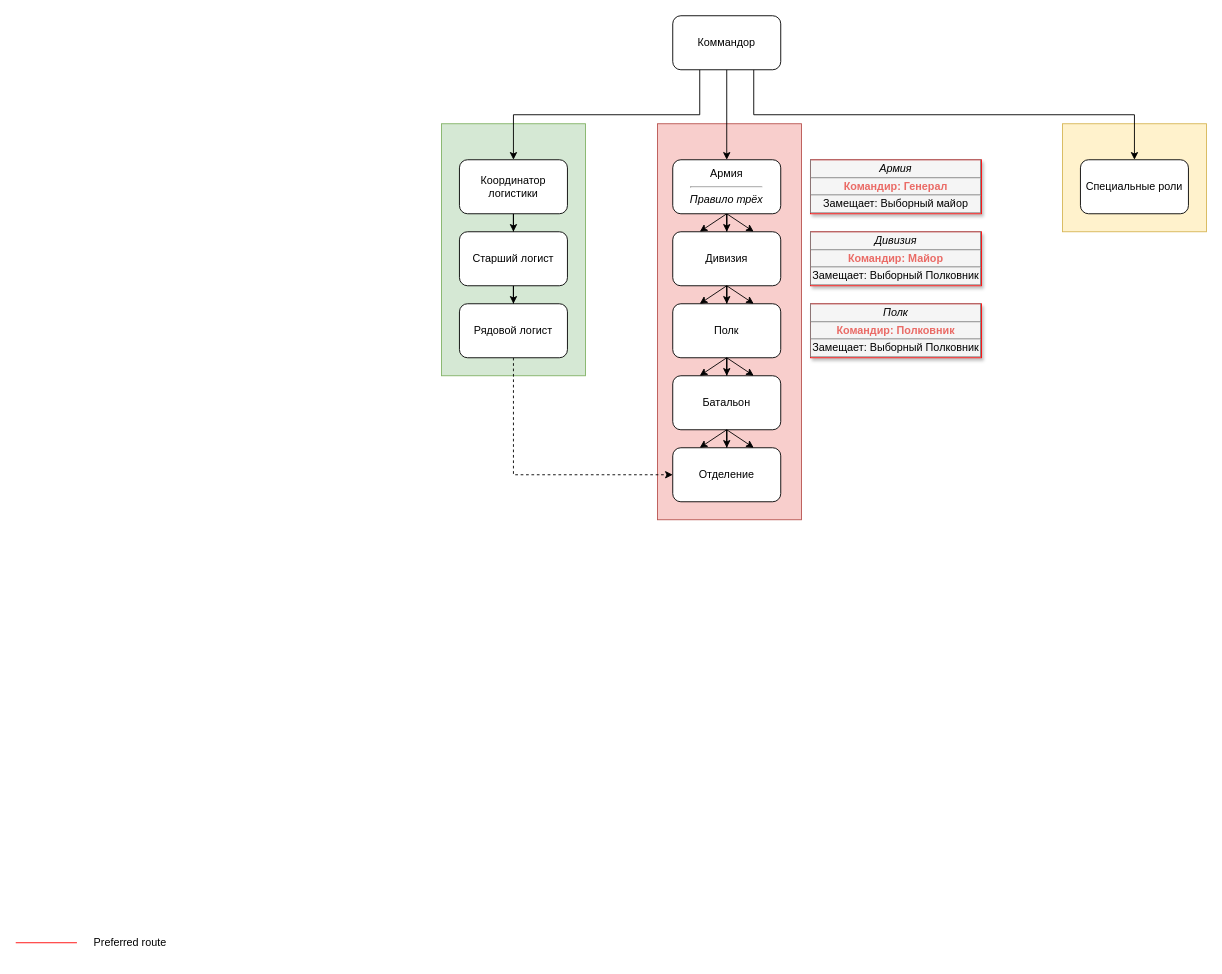
Earlier version of the draw.io diagram Структура.drawio (Kratos1245/other). Source tidied: cells renumbered, new cells numbered last; positions are measured from the earlier drawing's top-left corner, leaving out a move shared by most shapes. Both pictures are drawn from the tidied source at 90%, with x=0, y=0 at pixel (15, 15).
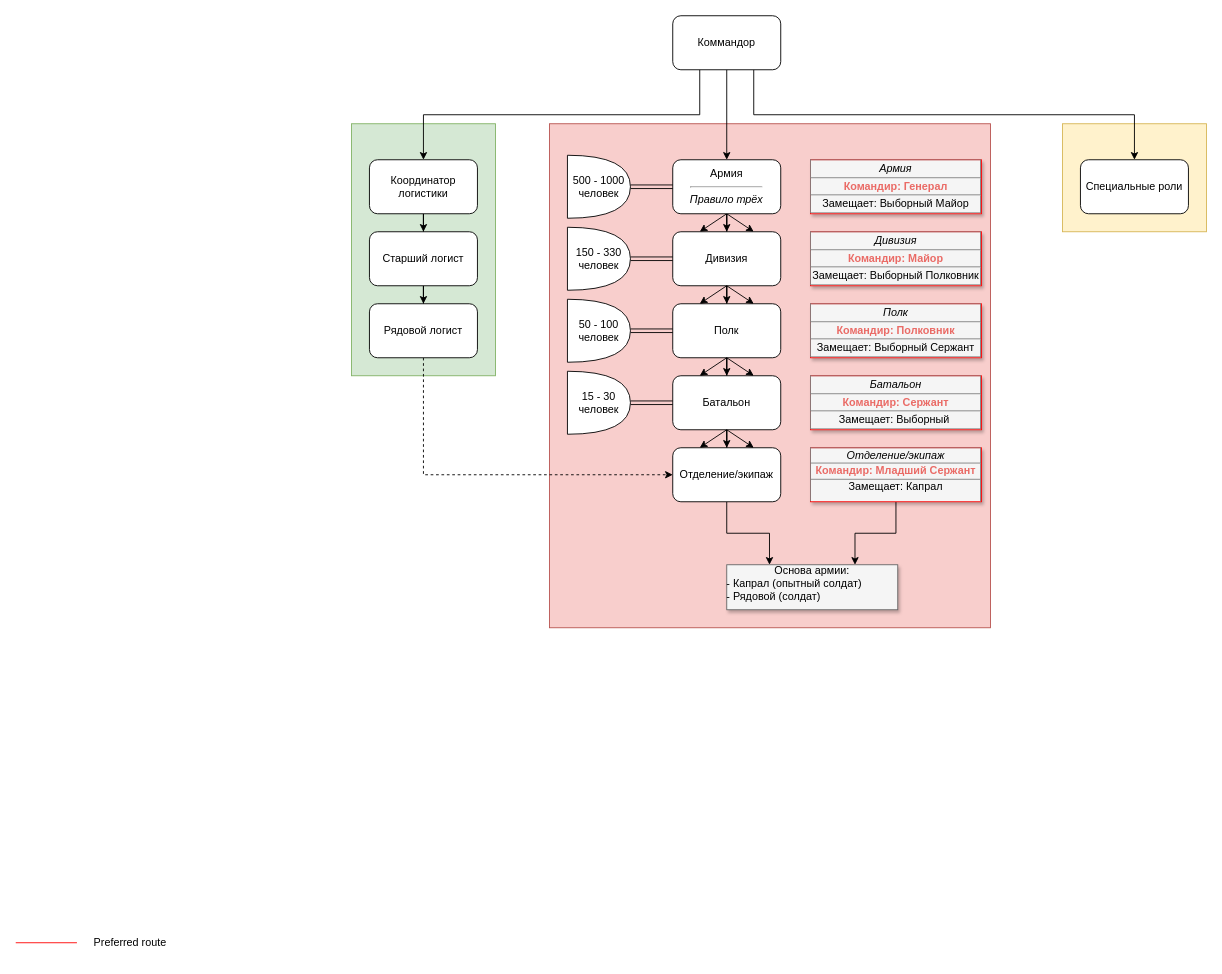
Above is the later version.

Unchanged cells that the change refers to:
```xml
<mxCell id="17" value="Армия&lt;br&gt;&lt;hr&gt;&lt;i&gt;Правило трёх&lt;/i&gt;" style="rounded=1;whiteSpace=wrap;html=1;" parent="1" vertex="1">
  <mxGeometry x="730" y="160" width="120" height="60" as="geometry" />
</mxCell>
<mxCell id="19" value="Дивизия" style="rounded=1;whiteSpace=wrap;html=1;" parent="1" vertex="1">
  <mxGeometry x="730" y="240" width="120" height="60" as="geometry" />
</mxCell>
<mxCell id="21" value="Полк" style="rounded=1;whiteSpace=wrap;html=1;" parent="1" vertex="1">
  <mxGeometry x="730" y="320" width="120" height="60" as="geometry" />
</mxCell>
<mxCell id="23" value="Батальон" style="rounded=1;whiteSpace=wrap;html=1;" parent="1" vertex="1">
  <mxGeometry x="730" y="400" width="120" height="60" as="geometry" />
</mxCell>
```

The edit, as a diff of the source:
```diff
@@
     <mxCell id="3" style="rounded=0;whiteSpace=wrap;html=1;fillColor=#d5e8d4;strokeColor=#82b366;" parent="1" vertex="1">
-      <mxGeometry x="473" y="120" width="160" height="280" as="geometry" />
+      <mxGeometry x="373" y="120" width="160" height="280" as="geometry" />
     </mxCell>
     <mxCell id="4" style="rounded=0;whiteSpace=wrap;html=1;fillColor=#f8cecc;strokeColor=#b85450;" parent="1" vertex="1">
-      <mxGeometry x="713" y="120" width="160" height="440" as="geometry" />
+      <mxGeometry x="593" y="120" width="490" height="560" as="geometry" />
     </mxCell>
-    <mxCell id="5" value="&lt;table border=&quot;1&quot; width=&quot;100%&quot; style=&quot;width: 100% ; height: 100% ; border-collapse: collapse&quot;&gt;&lt;tbody&gt;&lt;tr&gt;&lt;td colspan=&quot;2&quot; align=&quot;center&quot;&gt;&lt;font style=&quot;font-size: 12px;&quot;&gt;&lt;i&gt;Армия&lt;/i&gt;&lt;/font&gt;&lt;/td&gt;&lt;/tr&gt;&lt;tr&gt;&lt;td align=&quot;center&quot;&gt;&lt;font color=&quot;#ea6b66&quot;&gt;&lt;b&gt;Командир: Генерал&lt;/b&gt;&lt;/font&gt;&lt;/td&gt;&lt;/tr&gt;&lt;tr&gt;&lt;td align=&quot;center&quot;&gt;Замещает: Выборный майор&lt;/td&gt;&lt;/tr&gt;&lt;/tbody&gt;&lt;/table&gt;" style="text;html=1;strokeColor=#FF0000;fillColor=#f5f5f5;overflow=fill;rounded=0;shadow=1;fontSize=12;align=center;" parent="1" vertex="1">
+    <mxCell id="5" value="&lt;table border=&quot;1&quot; width=&quot;100%&quot; style=&quot;width: 100% ; height: 100% ; border-collapse: collapse&quot;&gt;&lt;tbody&gt;&lt;tr&gt;&lt;td colspan=&quot;2&quot; align=&quot;center&quot;&gt;&lt;font style=&quot;font-size: 12px;&quot;&gt;&lt;i&gt;Армия&lt;/i&gt;&lt;/font&gt;&lt;/td&gt;&lt;/tr&gt;&lt;tr&gt;&lt;td align=&quot;center&quot;&gt;&lt;font color=&quot;#ea6b66&quot;&gt;&lt;b&gt;Командир: Генерал&lt;/b&gt;&lt;/font&gt;&lt;/td&gt;&lt;/tr&gt;&lt;tr&gt;&lt;td align=&quot;center&quot;&gt;Замещает: Выборный Майор&lt;/td&gt;&lt;/tr&gt;&lt;/tbody&gt;&lt;/table&gt;" style="text;html=1;strokeColor=#FF0000;fillColor=#f5f5f5;overflow=fill;rounded=0;shadow=1;fontSize=12;align=center;" parent="1" vertex="1">
       <mxGeometry x="883" y="160" width="190" height="60" as="geometry" />
     </mxCell>
@@
     <mxCell id="13" value="Координатор логистики" style="rounded=1;whiteSpace=wrap;html=1;" parent="1" vertex="1">
-      <mxGeometry x="493" y="160" width="120" height="60" as="geometry" />
+      <mxGeometry x="393" y="160" width="120" height="60" as="geometry" />
     </mxCell>
@@
+    <mxCell id="38" style="edgeStyle=orthogonalEdgeStyle;rounded=0;jettySize=auto;html=1;exitX=0.5;exitY=1;exitDx=0;exitDy=0;entryX=0.25;entryY=0;entryDx=0;entryDy=0;fontColor=#000000;" parent="1" edge="1" source="24" target="42">
+      <mxGeometry relative="1" as="geometry" />
+    </mxCell>
-    <mxCell id="24" value="Отделение" style="rounded=1;whiteSpace=wrap;html=1;" parent="1" vertex="1">
+    <mxCell id="24" value="Отделение/экипаж" style="rounded=1;whiteSpace=wrap;html=1;" parent="1" vertex="1">
       <mxGeometry x="730" y="480" width="120" height="60" as="geometry" />
     </mxCell>
@@
     <mxCell id="26" value="Старший логист" style="rounded=1;whiteSpace=wrap;html=1;" parent="1" vertex="1">
-      <mxGeometry x="493" y="240" width="120" height="60" as="geometry" />
+      <mxGeometry x="393" y="240" width="120" height="60" as="geometry" />
     </mxCell>
@@
     <mxCell id="28" value="Рядовой логист" style="rounded=1;whiteSpace=wrap;html=1;" parent="1" vertex="1">
-      <mxGeometry x="493" y="320" width="120" height="60" as="geometry" />
+      <mxGeometry x="393" y="320" width="120" height="60" as="geometry" />
     </mxCell>
@@
-    <mxCell id="37" value="&lt;table border=&quot;1&quot; width=&quot;100%&quot; style=&quot;width: 100% ; height: 100% ; border-collapse: collapse&quot;&gt;&lt;tbody&gt;&lt;tr&gt;&lt;td colspan=&quot;2&quot; align=&quot;center&quot;&gt;&lt;font style=&quot;font-size: 12px;&quot;&gt;&lt;i&gt;Полк&lt;/i&gt;&lt;/font&gt;&lt;/td&gt;&lt;/tr&gt;&lt;tr&gt;&lt;td align=&quot;center&quot;&gt;&lt;font color=&quot;#ea6b66&quot;&gt;&lt;b&gt;Командир: Полковник&lt;/b&gt;&lt;/font&gt;&lt;/td&gt;&lt;/tr&gt;&lt;tr&gt;&lt;td align=&quot;center&quot;&gt;Замещает: Выборный Полковник&lt;/td&gt;&lt;/tr&gt;&lt;/tbody&gt;&lt;/table&gt;" style="text;html=1;strokeColor=#FF0000;fillColor=#f5f5f5;overflow=fill;rounded=0;shadow=1;fontSize=12;align=center;" parent="1" vertex="1">
+    <mxCell id="37" value="&lt;table border=&quot;1&quot; width=&quot;100%&quot; style=&quot;width: 100% ; height: 100% ; border-collapse: collapse&quot;&gt;&lt;tbody&gt;&lt;tr&gt;&lt;td colspan=&quot;2&quot; align=&quot;center&quot;&gt;&lt;font style=&quot;font-size: 12px;&quot;&gt;&lt;i&gt;Полк&lt;/i&gt;&lt;/font&gt;&lt;/td&gt;&lt;/tr&gt;&lt;tr&gt;&lt;td align=&quot;center&quot;&gt;&lt;font color=&quot;#ea6b66&quot;&gt;&lt;b&gt;Командир: Полковник&lt;/b&gt;&lt;/font&gt;&lt;/td&gt;&lt;/tr&gt;&lt;tr&gt;&lt;td align=&quot;center&quot;&gt;Замещает: Выборный Сержант&lt;/td&gt;&lt;/tr&gt;&lt;/tbody&gt;&lt;/table&gt;" style="text;html=1;strokeColor=#FF0000;fillColor=#f5f5f5;overflow=fill;rounded=0;shadow=1;fontSize=12;align=center;" parent="1" vertex="1">
       <mxGeometry x="883" y="320" width="190" height="60" as="geometry" />
     </mxCell>
+    <mxCell id="39" value="&lt;table border=&quot;1&quot; width=&quot;100%&quot; style=&quot;width: 100% ; height: 100% ; border-collapse: collapse&quot;&gt;&lt;tbody&gt;&lt;tr&gt;&lt;td colspan=&quot;2&quot; align=&quot;center&quot;&gt;&lt;font style=&quot;font-size: 12px;&quot;&gt;&lt;i&gt;Батальон&lt;/i&gt;&lt;/font&gt;&lt;/td&gt;&lt;/tr&gt;&lt;tr&gt;&lt;td align=&quot;center&quot;&gt;&lt;font color=&quot;#ea6b66&quot;&gt;&lt;b&gt;Командир: Сержант&lt;/b&gt;&lt;/font&gt;&lt;/td&gt;&lt;/tr&gt;&lt;tr&gt;&lt;td align=&quot;center&quot;&gt;Замещает: Выборный&amp;nbsp;&lt;/td&gt;&lt;/tr&gt;&lt;/tbody&gt;&lt;/table&gt;" style="text;html=1;strokeColor=#FF0000;fillColor=#f5f5f5;overflow=fill;rounded=0;shadow=1;fontSize=12;align=center;" parent="1" vertex="1">
+      <mxGeometry x="883" y="400" width="190" height="60" as="geometry" />
+    </mxCell>
+    <mxCell id="40" style="edgeStyle=orthogonalEdgeStyle;rounded=0;jettySize=auto;html=1;exitX=0.5;exitY=1;exitDx=0;exitDy=0;fontColor=#EA6B66;entryX=0.75;entryY=0;entryDx=0;entryDy=0;" parent="1" edge="1" source="41" target="42">
+      <mxGeometry relative="1" as="geometry" />
+    </mxCell>
+    <mxCell id="41" value="&lt;table border=&quot;1&quot; width=&quot;100%&quot; style=&quot;width: 100% ; height: 100% ; border-collapse: collapse&quot;&gt;&lt;tbody&gt;&lt;tr&gt;&lt;td colspan=&quot;2&quot; align=&quot;center&quot;&gt;&lt;font style=&quot;font-size: 12px;&quot;&gt;&lt;i&gt;Отделение/экипаж&lt;/i&gt;&lt;/font&gt;&lt;/td&gt;&lt;/tr&gt;&lt;tr&gt;&lt;td align=&quot;center&quot;&gt;&lt;font color=&quot;#ea6b66&quot;&gt;&lt;b&gt;Командир: Младший Сержант&lt;/b&gt;&lt;/font&gt;&lt;/td&gt;&lt;/tr&gt;&lt;tr&gt;&lt;td&gt;Замещает: Капрал&lt;br&gt;&lt;br&gt;&lt;/td&gt;&lt;/tr&gt;&lt;/tbody&gt;&lt;/table&gt;" style="text;html=1;strokeColor=#FF0000;fillColor=#f5f5f5;overflow=fill;rounded=0;shadow=1;fontSize=12;align=center;" parent="1" vertex="1">
+      <mxGeometry x="883" y="480" width="190" height="60" as="geometry" />
+    </mxCell>
+    <mxCell id="42" value="&lt;font color=&quot;#000000&quot;&gt;Основа армии:&lt;br&gt;&lt;div style=&quot;text-align: left;&quot;&gt;&lt;span style=&quot;background-color: initial;&quot;&gt;- Капрал (опытный солдат)&lt;/span&gt;&lt;/div&gt;&lt;div style=&quot;text-align: left;&quot;&gt;&lt;span style=&quot;background-color: initial;&quot;&gt;- Рядовой (солдат)&lt;/span&gt;&lt;/div&gt;&lt;/font&gt;" style="text;html=1;strokeColor=#666666;fillColor=#f5f5f5;overflow=fill;rounded=0;shadow=1;fontSize=12;align=center;fontColor=#333333;" parent="1" vertex="1">
+      <mxGeometry x="790" y="610" width="190" height="50" as="geometry" />
+    </mxCell>
+    <mxCell id="43" style="edgeStyle=orthogonalEdgeStyle;rounded=0;jettySize=auto;html=1;fontColor=#000000;shape=link;" parent="1" edge="1" source="44" target="17">
+      <mxGeometry relative="1" as="geometry" />
+    </mxCell>
+    <mxCell id="44" value="500 - 1000 человек" style="shape=or;whiteSpace=wrap;html=1;fontColor=#000000;" parent="1" vertex="1">
+      <mxGeometry x="613" y="155" width="70" height="70" as="geometry" />
+    </mxCell>
+    <mxCell id="45" style="edgeStyle=orthogonalEdgeStyle;shape=link;rounded=0;jettySize=auto;html=1;fontColor=#000000;" parent="1" edge="1" source="46" target="19">
+      <mxGeometry relative="1" as="geometry" />
+    </mxCell>
+    <mxCell id="46" value="150 - 330 человек" style="shape=or;whiteSpace=wrap;html=1;fontColor=#000000;" parent="1" vertex="1">
+      <mxGeometry x="613" y="235" width="70" height="70" as="geometry" />
+    </mxCell>
+    <mxCell id="47" style="edgeStyle=orthogonalEdgeStyle;shape=link;rounded=0;jettySize=auto;html=1;entryX=0;entryY=0.5;entryDx=0;entryDy=0;fontColor=#000000;" parent="1" edge="1" source="48" target="21">
+      <mxGeometry relative="1" as="geometry" />
+    </mxCell>
+    <mxCell id="48" value="50 - 100 человек" style="shape=or;whiteSpace=wrap;html=1;fontColor=#000000;" parent="1" vertex="1">
+      <mxGeometry x="613" y="315" width="70" height="70" as="geometry" />
+    </mxCell>
+    <mxCell id="49" style="edgeStyle=orthogonalEdgeStyle;shape=link;rounded=0;jettySize=auto;html=1;entryX=0;entryY=0.5;entryDx=0;entryDy=0;fontColor=#000000;" parent="1" edge="1" source="50" target="23">
+      <mxGeometry relative="1" as="geometry" />
+    </mxCell>
+    <mxCell id="50" value="15 - 30 человек" style="shape=or;whiteSpace=wrap;html=1;fontColor=#000000;" parent="1" vertex="1">
+      <mxGeometry x="613" y="395" width="70" height="70" as="geometry" />
+    </mxCell>
```
